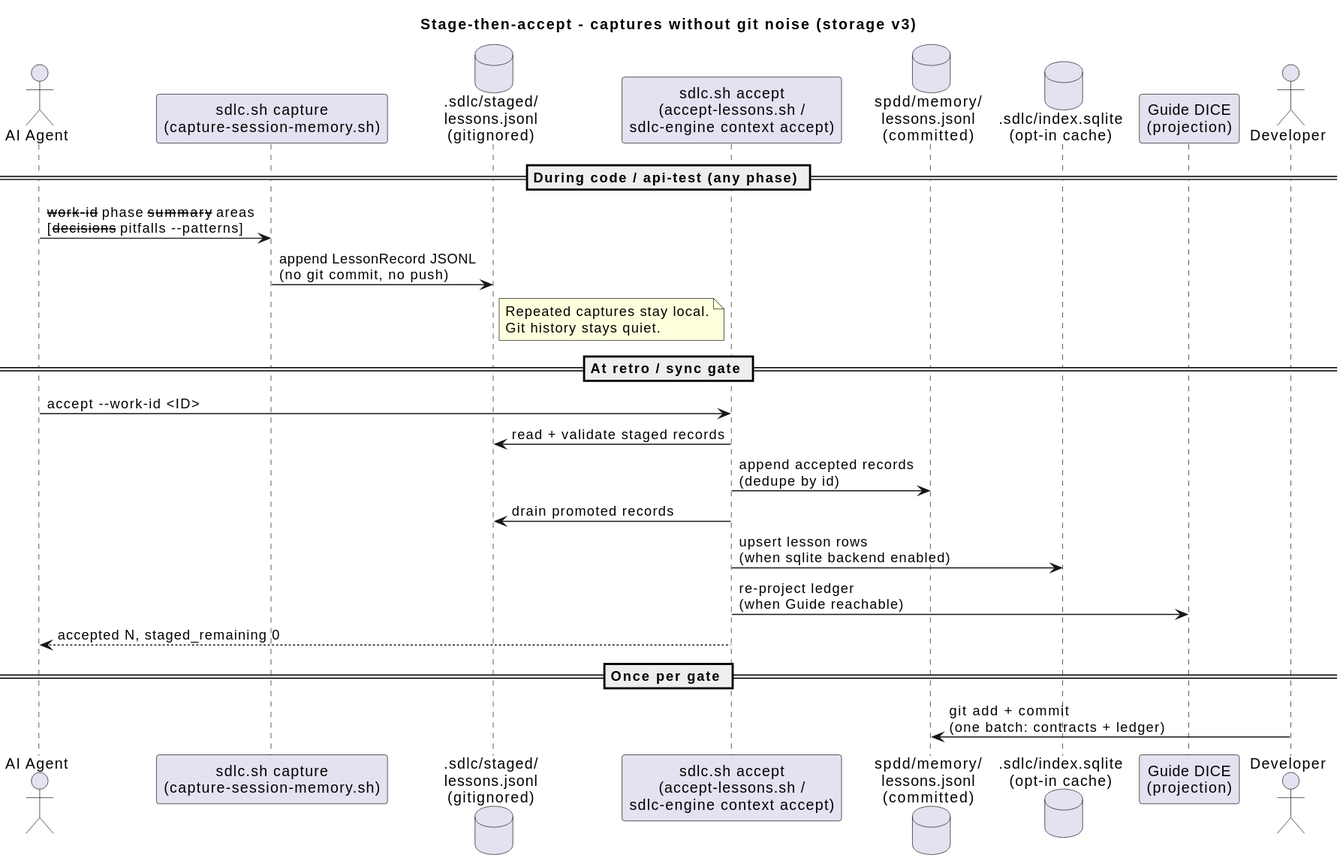
This is docs/diagrams/06-stage-then-accept.svg from jmjava/sdlc-spdd-orchestrator, a PlantUML export, as it was before one commit.
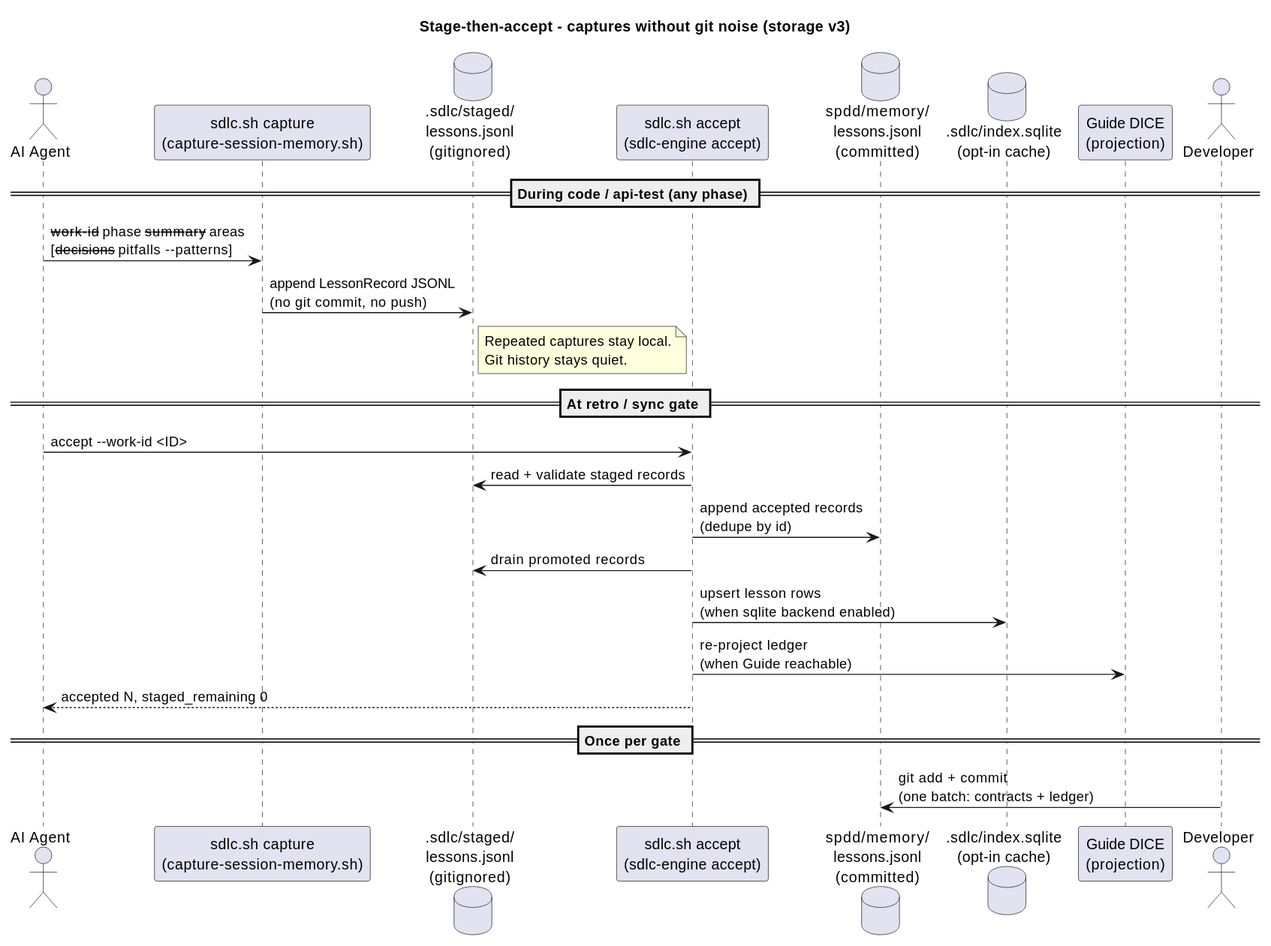
The same file after the commit.

Change to the diagram source:
```diff
@@ -4,7 +4,7 @@
 actor "AI Agent" as agent
 participant "sdlc.sh capture\n(capture-session-memory.sh)" as capture
 database ".sdlc/staged/\nlessons.jsonl\n(gitignored)" as staged
-participant "sdlc.sh accept\n(accept-lessons.sh /\nsdlc-engine context accept)" as accept
+participant "sdlc.sh accept\n(sdlc-engine accept)" as accept
 database "spdd/memory/\nlessons.jsonl\n(committed)" as ledger
 database ".sdlc/index.sqlite\n(opt-in cache)" as sqlite
 participant "Guide DICE\n(projection)" as guide
```
